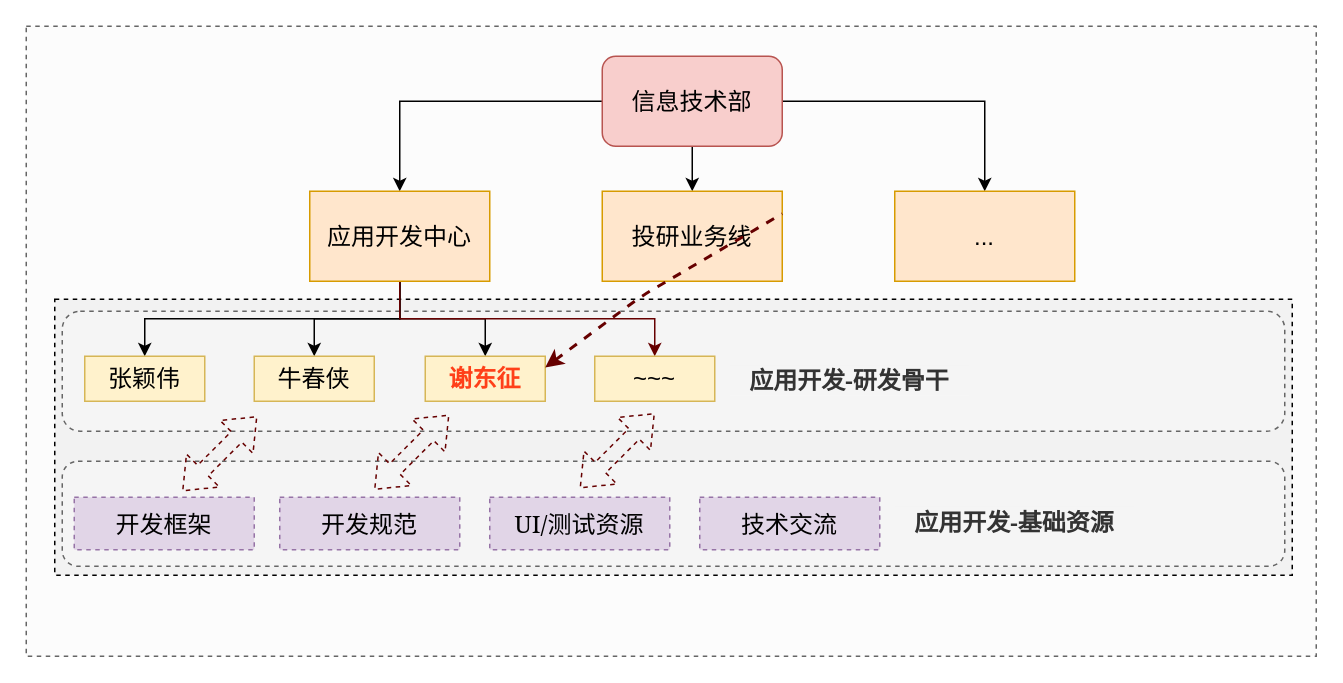
Earlier version of the draw.io diagram Untitled Diagram.drawio (1411057244/diagrams). Source tidied: cells renumbered, new cells numbered last; positions are measured from the earlier drawing's top-left corner, leaving out a move shared by most shapes. Both pictures are drawn from the tidied source at 150%, with x=0, y=0 at pixel (26, 26).
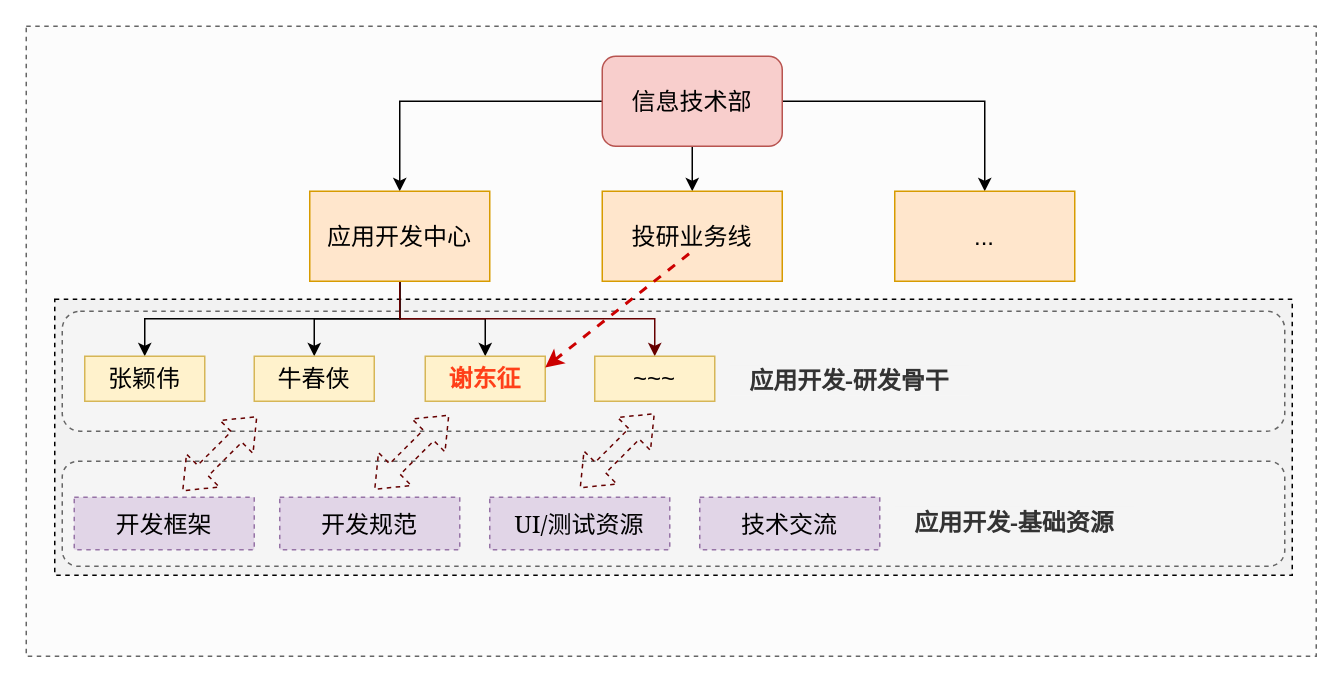
The same page after the edit.

The change refers to these unchanged cells:
```xml
<mxCell id="15" value="投研业务线" style="rounded=0;whiteSpace=wrap;html=1;fillColor=#ffe6cc;strokeColor=#d79b00;fontSize=16;" parent="1" vertex="1">
  <mxGeometry x="384" y="110" width="120" height="60" as="geometry" />
</mxCell>
```

Diff of the diagram source:
```diff
@@
-    <mxCell id="31" style="endArrow=none;dashed=1;html=1;strokeWidth=2;fontSize=16;startArrow=classic;startFill=1;exitX=1;exitY=0.25;exitDx=0;exitDy=0;strokeColor=#660000;entryX=1;entryY=0.25;entryDx=0;entryDy=0;" parent="1" edge="1" target="15">
+    <mxCell id="31" style="endArrow=none;dashed=1;html=1;strokeWidth=2;fontSize=16;startArrow=classic;startFill=1;exitX=1;exitY=0.25;exitDx=0;exitDy=0;strokeColor=#CC0000;" parent="1" edge="1">
       <mxGeometry relative="1" as="geometry">
         <mxPoint x="346" y="227.5" as="sourcePoint" />
-        <Array as="points">
-          <mxPoint x="410" y="180" />
-        </Array>
+        <mxPoint x="444" y="150" as="targetPoint" />
       </mxGeometry>
     </mxCell>
```
